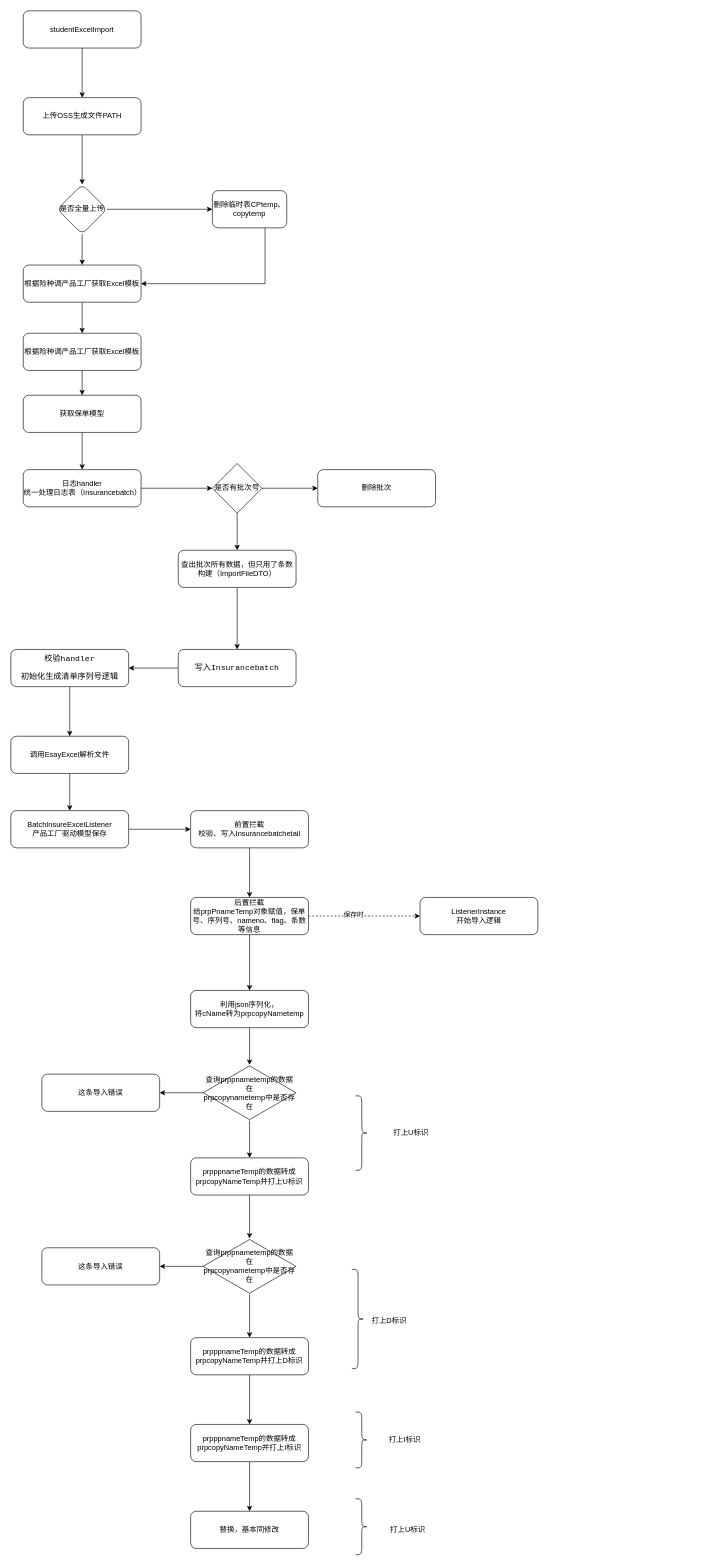
Before: page "第 2 页" (2 of 2) of 1701清单上传流程图.drawio in java-zengguang/images, a draw.io diagram. Source tidied: cells renumbered, new cells numbered last; positions are measured from the earlier drawing's top-left corner, leaving out a move shared by most shapes. Both pictures are drawn from the tidied source at 62%, with x=0, y=0 at pixel (11, 11).
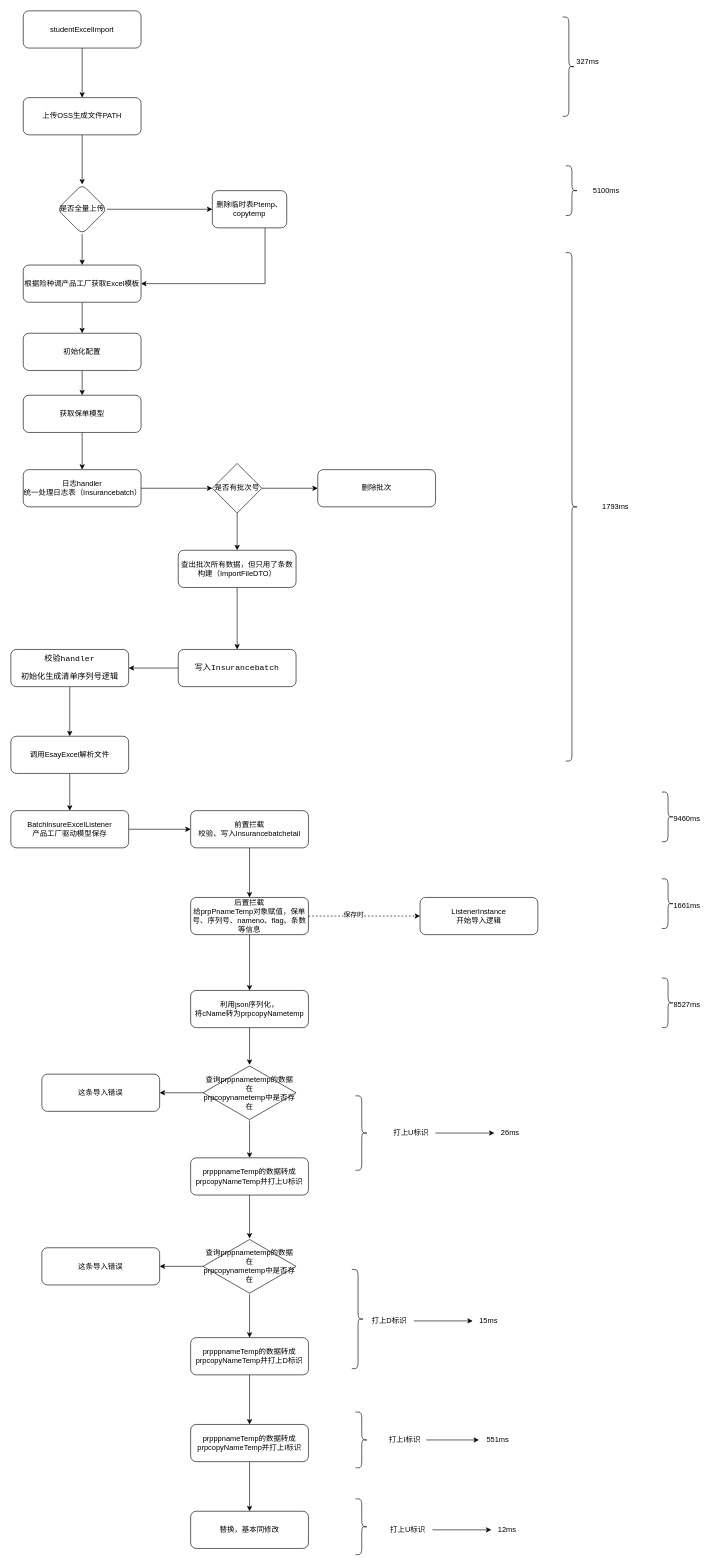
The same diagram, later.

Unchanged cells that the change refers to:
```xml
<mxCell id="46" value="打上U标识" style="text;html=1;align=center;verticalAlign=middle;points=[];strokeColor=none;fillColor=none;" parent="1" vertex="1">
  <mxGeometry x="605" y="1795" width="80" height="30" as="geometry" />
</mxCell>
<mxCell id="49" value="打上D标识" style="text;html=1;align=center;verticalAlign=middle;points=[];strokeColor=none;fillColor=none;" parent="1" vertex="1">
  <mxGeometry x="570" y="2098" width="80" height="30" as="geometry" />
</mxCell>
<mxCell id="61" value="打上I标识" style="text;html=1;align=center;verticalAlign=middle;points=[];strokeColor=none;fillColor=none;" parent="1" vertex="1">
  <mxGeometry x="600" y="2290" width="70" height="30" as="geometry" />
</mxCell>
<mxCell id="64" value="打上U标识" style="text;html=1;align=center;verticalAlign=middle;points=[];strokeColor=none;fillColor=none;" parent="1" vertex="1">
  <mxGeometry x="600" y="2435" width="80" height="30" as="geometry" />
</mxCell>
```

Change to the diagram source:
```diff
@@
-    <mxCell id="9" value="根据险种调产品工厂获取Excel模板" style="rounded=1;whiteSpace=wrap;html=1;" parent="1" vertex="1">
+    <mxCell id="9" value="初始化配置" style="rounded=1;whiteSpace=wrap;html=1;" parent="1" vertex="1">
       <mxGeometry x="20" y="520" width="190" height="60" as="geometry" />
     </mxCell>
@@
-    <mxCell id="41" value="删除临时表CPtemp、copytemp" style="whiteSpace=wrap;html=1;rounded=1;" parent="1" vertex="1">
+    <mxCell id="41" value="删除临时表Ptemp、copytemp" style="whiteSpace=wrap;html=1;rounded=1;" parent="1" vertex="1">
       <mxGeometry x="325" y="290" width="120" height="60" as="geometry" />
     </mxCell>
@@
+    <mxCell id="65" style="edgeStyle=orthogonalEdgeStyle;rounded=0;jettySize=auto;html=1;" parent="1" edge="1" source="46" target="81">
+      <mxGeometry relative="1" as="geometry" />
+    </mxCell>
@@
+    <mxCell id="66" style="edgeStyle=orthogonalEdgeStyle;rounded=0;jettySize=auto;html=1;" parent="1" edge="1" source="49" target="82">
+      <mxGeometry relative="1" as="geometry" />
+    </mxCell>
@@
+    <mxCell id="67" style="edgeStyle=orthogonalEdgeStyle;rounded=0;jettySize=auto;html=1;" parent="1" edge="1" source="61" target="83">
+      <mxGeometry relative="1" as="geometry" />
+    </mxCell>
@@
+    <mxCell id="68" style="edgeStyle=orthogonalEdgeStyle;rounded=0;jettySize=auto;html=1;" parent="1" edge="1" source="64" target="84">
+      <mxGeometry relative="1" as="geometry" />
+    </mxCell>
@@
+    <mxCell id="69" style="shape=curlyBracket;whiteSpace=wrap;html=1;rounded=1;flipH=1;labelPosition=right;verticalLabelPosition=middle;align=left;verticalAlign=middle;" parent="1" vertex="1">
+      <mxGeometry x="890" y="10" width="20" height="160" as="geometry" />
+    </mxCell>
+    <mxCell id="70" value="327ms" style="text;html=1;align=center;verticalAlign=middle;strokeColor=none;fillColor=none;" parent="1" vertex="1">
+      <mxGeometry x="900" y="68" width="60" height="30" as="geometry" />
+    </mxCell>
+    <mxCell id="71" style="shape=curlyBracket;whiteSpace=wrap;html=1;rounded=1;flipH=1;labelPosition=right;verticalLabelPosition=middle;align=left;verticalAlign=middle;" parent="1" vertex="1">
+      <mxGeometry x="895" y="250" width="20" height="80" as="geometry" />
+    </mxCell>
+    <mxCell id="72" value="5100ms" style="text;html=1;align=center;verticalAlign=middle;strokeColor=none;fillColor=none;" parent="1" vertex="1">
+      <mxGeometry x="925" y="275" width="70" height="30" as="geometry" />
+    </mxCell>
+    <mxCell id="73" style="shape=curlyBracket;whiteSpace=wrap;html=1;rounded=1;flipH=1;labelPosition=right;verticalLabelPosition=middle;align=left;verticalAlign=middle;" parent="1" vertex="1">
+      <mxGeometry x="895" y="390" width="20" height="820" as="geometry" />
+    </mxCell>
+    <mxCell id="74" value="1793ms" style="text;html=1;align=center;verticalAlign=middle;strokeColor=none;fillColor=none;" parent="1" vertex="1">
+      <mxGeometry x="940" y="785" width="70" height="30" as="geometry" />
+    </mxCell>
+    <mxCell id="75" style="shape=curlyBracket;whiteSpace=wrap;html=1;rounded=1;flipH=1;labelPosition=right;verticalLabelPosition=middle;align=left;verticalAlign=middle;" parent="1" vertex="1">
+      <mxGeometry x="1050" y="1260" width="20" height="80" as="geometry" />
+    </mxCell>
+    <mxCell id="76" value="9460ms" style="text;html=1;align=center;verticalAlign=middle;strokeColor=none;fillColor=none;" parent="1" vertex="1">
+      <mxGeometry x="1055" y="1288" width="70" height="30" as="geometry" />
+    </mxCell>
+    <mxCell id="77" style="shape=curlyBracket;whiteSpace=wrap;html=1;rounded=1;flipH=1;labelPosition=right;verticalLabelPosition=middle;align=left;verticalAlign=middle;" parent="1" vertex="1">
+      <mxGeometry x="1050" y="1400" width="20" height="80" as="geometry" />
+    </mxCell>
+    <mxCell id="78" value="1661ms" style="text;html=1;align=center;verticalAlign=middle;strokeColor=none;fillColor=none;" parent="1" vertex="1">
+      <mxGeometry x="1055" y="1428" width="70" height="30" as="geometry" />
+    </mxCell>
+    <mxCell id="79" style="shape=curlyBracket;whiteSpace=wrap;html=1;rounded=1;flipH=1;labelPosition=right;verticalLabelPosition=middle;align=left;verticalAlign=middle;" parent="1" vertex="1">
+      <mxGeometry x="1050" y="1560" width="20" height="80" as="geometry" />
+    </mxCell>
+    <mxCell id="80" value="8527ms" style="text;html=1;align=center;verticalAlign=middle;strokeColor=none;fillColor=none;" parent="1" vertex="1">
+      <mxGeometry x="1055" y="1588" width="70" height="30" as="geometry" />
+    </mxCell>
+    <mxCell id="81" value="26ms" style="text;html=1;align=center;verticalAlign=middle;points=[];strokeColor=none;fillColor=none;" parent="1" vertex="1">
+      <mxGeometry x="780" y="1795" width="50" height="30" as="geometry" />
+    </mxCell>
+    <mxCell id="82" value="15ms" style="text;html=1;align=center;verticalAlign=middle;points=[];strokeColor=none;fillColor=none;" parent="1" vertex="1">
+      <mxGeometry x="745" y="2098" width="50" height="30" as="geometry" />
+    </mxCell>
+    <mxCell id="83" value="551ms" style="text;html=1;align=center;verticalAlign=middle;points=[];strokeColor=none;fillColor=none;" parent="1" vertex="1">
+      <mxGeometry x="755" y="2290" width="60" height="30" as="geometry" />
+    </mxCell>
+    <mxCell id="84" value="12ms" style="text;html=1;align=center;verticalAlign=middle;points=[];strokeColor=none;fillColor=none;" parent="1" vertex="1">
+      <mxGeometry x="775" y="2435" width="50" height="30" as="geometry" />
+    </mxCell>
```
